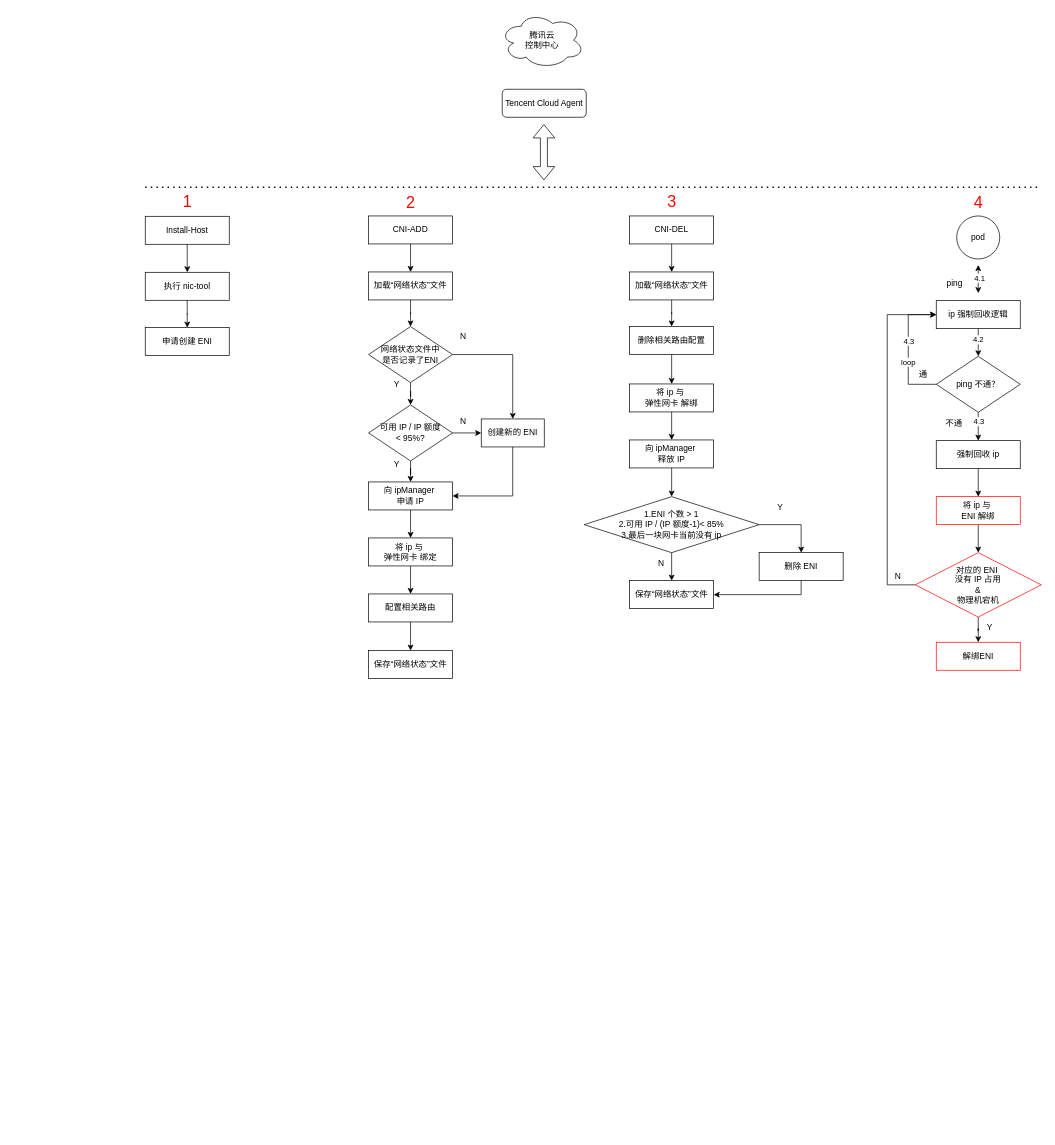
This is cni-eni.drawio from cityofwang/beats, a draw.io file, before an edit. Source tidied: cells renumbered, new cells numbered last; positions are measured from the earlier drawing's top-left corner, leaving out a move shared by most shapes. Both pictures are drawn from the tidied source at 70%, with x=0, y=0 at pixel (145, 12).
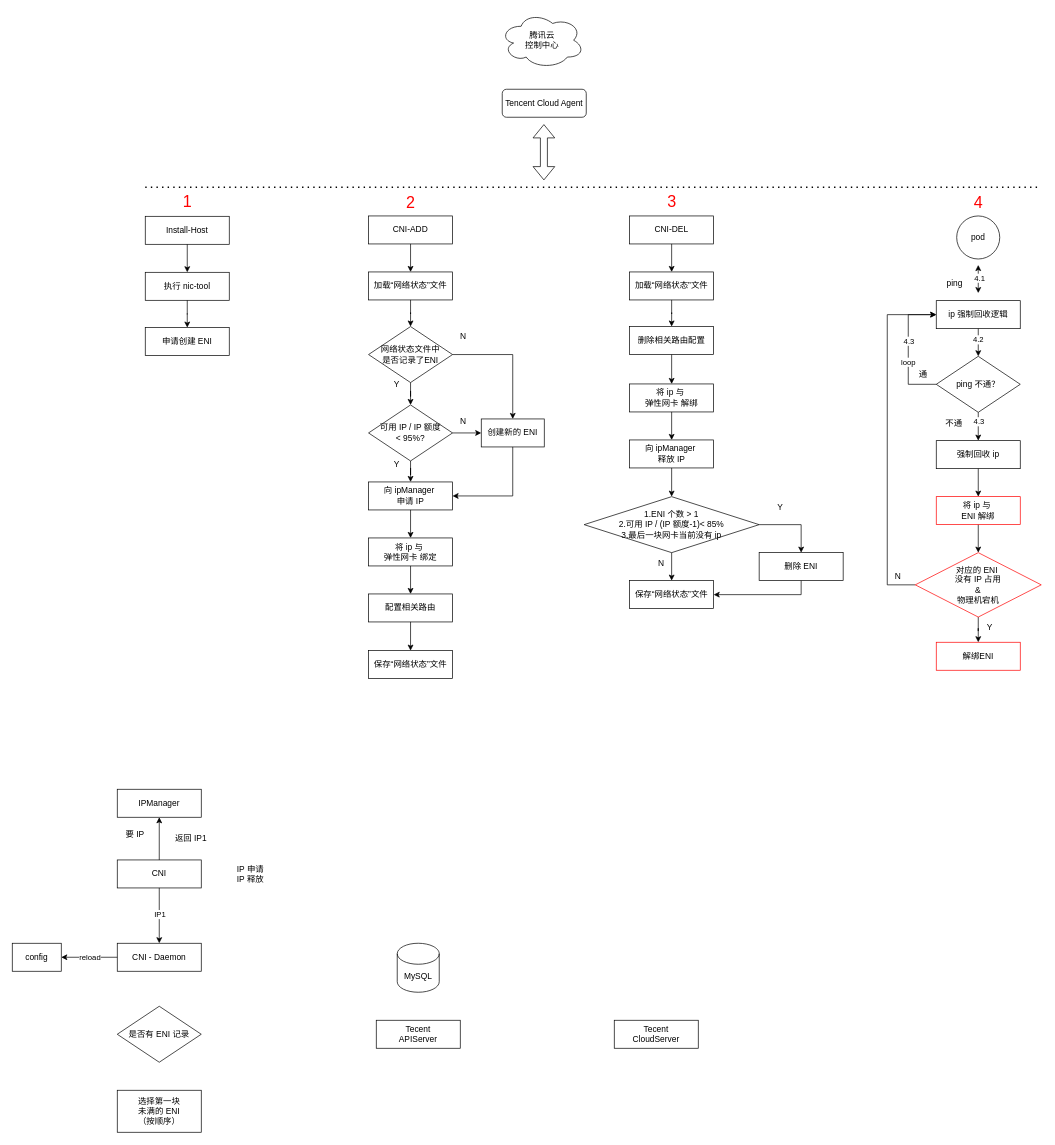
Above is the later version.

Diff of the diagram source:
```diff
@@
+    <mxCell id="81" style="edgeStyle=orthogonalEdgeStyle;rounded=0;jettySize=auto;html=1;" parent="1" edge="1" source="84" target="86">
+      <mxGeometry relative="1" as="geometry" />
+    </mxCell>
+    <mxCell id="82" style="edgeStyle=orthogonalEdgeStyle;rounded=0;jettySize=auto;html=1;entryX=0.5;entryY=0;entryDx=0;entryDy=0;" parent="1" edge="1" source="84" target="91">
+      <mxGeometry relative="1" as="geometry" />
+    </mxCell>
+    <mxCell id="83" value="IP1" style="edgeLabel;html=1;align=center;verticalAlign=middle;" parent="82" vertex="1">
+      <mxGeometry x="-0.06" relative="1" as="geometry" />
+    </mxCell>
+    <mxCell id="84" value="CNI" style="rounded=0;whiteSpace=wrap;html=1;fillColor=none;" parent="1" vertex="1">
+      <mxGeometry x="-40" y="1211" width="120" height="40" as="geometry" />
+    </mxCell>
+    <mxCell id="85" value="IP 申请&lt;div&gt;IP 释放&lt;/div&gt;" style="text;html=1;align=center;verticalAlign=middle;strokeColor=none;fillColor=none;" parent="1" vertex="1">
+      <mxGeometry x="120" y="1211" width="60" height="40" as="geometry" />
+    </mxCell>
+    <mxCell id="86" value="IPManager" style="rounded=0;whiteSpace=wrap;html=1;fillColor=none;" parent="1" vertex="1">
+      <mxGeometry x="-40" y="1110" width="120" height="40" as="geometry" />
+    </mxCell>
+    <mxCell id="87" value="要 IP" style="text;html=1;align=center;verticalAlign=middle;strokeColor=none;fillColor=none;" parent="1" vertex="1">
+      <mxGeometry x="-40" y="1160" width="50" height="30" as="geometry" />
+    </mxCell>
+    <mxCell id="88" value="返回 IP1" style="text;html=1;align=center;verticalAlign=middle;strokeColor=none;fillColor=none;" parent="1" vertex="1">
+      <mxGeometry x="30" y="1165" width="70" height="30" as="geometry" />
+    </mxCell>
+    <mxCell id="89" style="edgeStyle=orthogonalEdgeStyle;rounded=0;jettySize=auto;html=1;" parent="1" edge="1" source="91" target="93">
+      <mxGeometry relative="1" as="geometry" />
+    </mxCell>
+    <mxCell id="90" value="reload" style="edgeLabel;html=1;align=center;verticalAlign=middle;" parent="89" vertex="1">
+      <mxGeometry x="0.07" y="-4" relative="1" as="geometry">
+        <mxPoint x="3" y="4" as="offset" />
+      </mxGeometry>
+    </mxCell>
+    <mxCell id="91" value="CNI - Daemon" style="rounded=0;whiteSpace=wrap;html=1;fillColor=none;" parent="1" vertex="1">
+      <mxGeometry x="-40" y="1330" width="120" height="40" as="geometry" />
+    </mxCell>
+    <mxCell id="92" value="选择第一块&lt;div&gt;未满的 ENI&lt;/div&gt;&lt;div&gt;（按顺序）&lt;/div&gt;" style="rounded=0;whiteSpace=wrap;html=1;fillColor=none;" parent="1" vertex="1">
+      <mxGeometry x="-40" y="1540" width="120" height="60" as="geometry" />
+    </mxCell>
+    <mxCell id="93" value="config" style="rounded=0;whiteSpace=wrap;html=1;fillColor=none;" parent="1" vertex="1">
+      <mxGeometry x="-190" y="1330" width="70" height="40" as="geometry" />
+    </mxCell>
+    <mxCell id="94" value="Tecent&lt;div&gt;APIServer&lt;/div&gt;" style="rounded=0;whiteSpace=wrap;html=1;fillColor=none;" parent="1" vertex="1">
+      <mxGeometry x="330" y="1440" width="120" height="40" as="geometry" />
+    </mxCell>
+    <mxCell id="95" value="是否有 ENI 记录" style="rhombus;whiteSpace=wrap;html=1;fillColor=none;" parent="1" vertex="1">
+      <mxGeometry x="-40" y="1420" width="120" height="80" as="geometry" />
+    </mxCell>
+    <mxCell id="96" value="MySQL" style="shape=cylinder3;whiteSpace=wrap;html=1;boundedLbl=1;backgroundOutline=1;size=15;" parent="1" vertex="1">
+      <mxGeometry x="360" y="1330" width="60" height="70" as="geometry" />
+    </mxCell>
+    <mxCell id="97" value="Tecent&lt;div&gt;CloudServer&lt;/div&gt;" style="rounded=0;whiteSpace=wrap;html=1;fillColor=none;" parent="1" vertex="1">
+      <mxGeometry x="670" y="1440" width="120" height="40" as="geometry" />
+    </mxCell>
```
